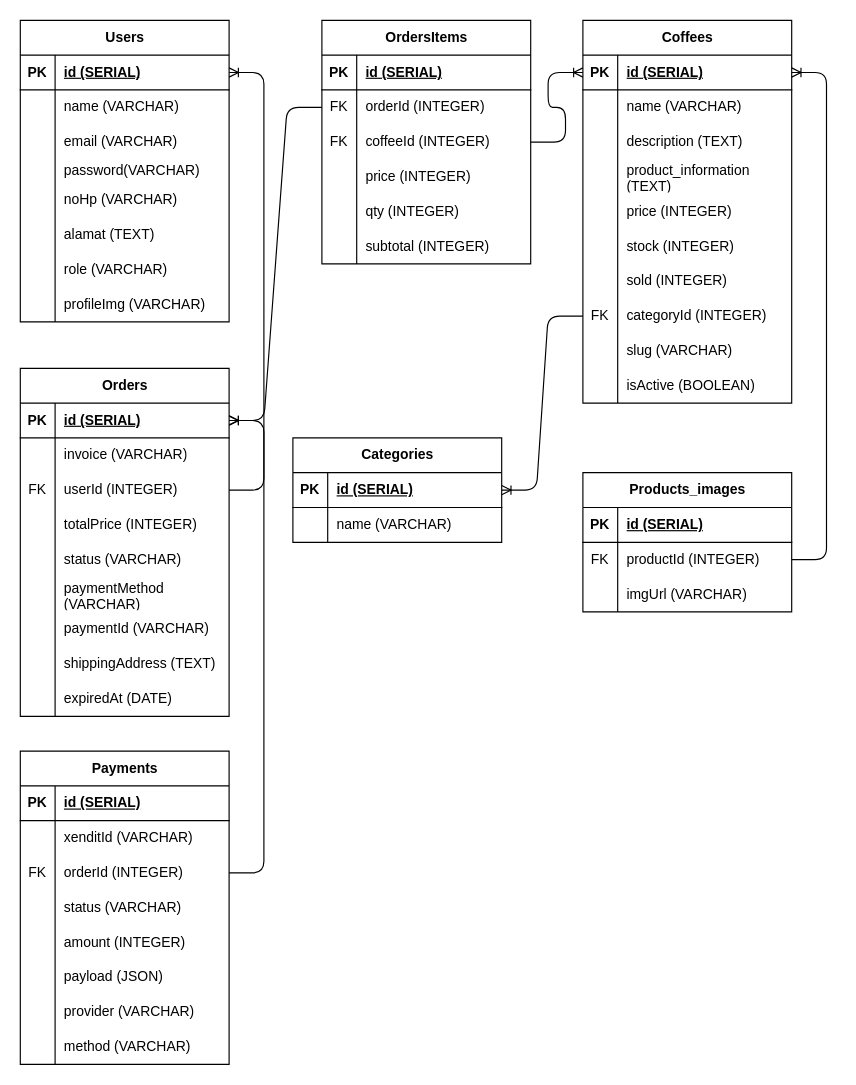
Resya-Hasan/coffee-shop-backend keeps this draw.io diagram as ERD.dio. Above is the earlier version. Source tidied: cells renumbered, new cells numbered last; positions are measured from the earlier drawing's top-left corner, leaving out a move shared by most shapes. Both pictures are drawn from the tidied source at 116%, with x=0, y=0 at pixel (20, 20).
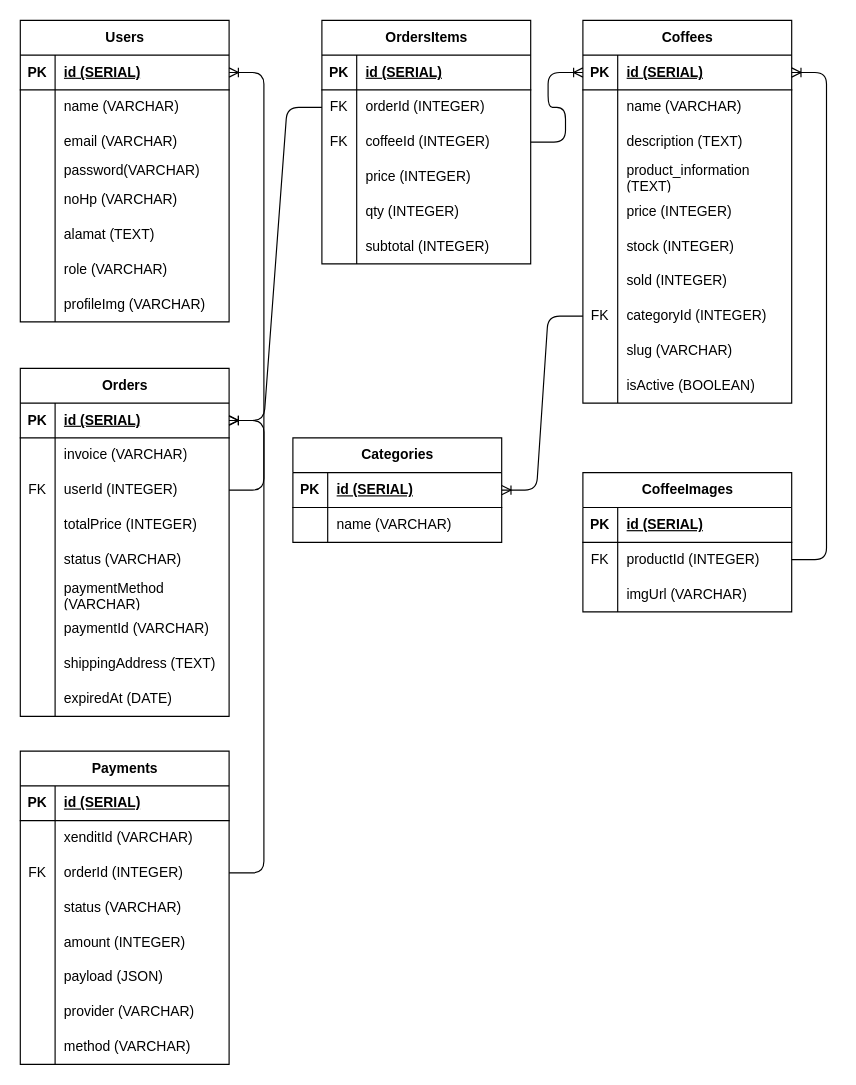
The same page after the edit.

The edit, as a diff of the source:
```diff
@@
-    <mxCell id="58" value="Products_images" style="shape=table;startSize=30;childLayout=tableLayout;rowLines=0;fontStyle=1;align=center;html=1;" parent="1" vertex="1">
+    <mxCell id="58" value="CoffeeImages" style="shape=table;startSize=30;childLayout=tableLayout;rowLines=0;fontStyle=1;align=center;html=1;" parent="1" vertex="1">
       <mxGeometry x="485" y="390" width="180" height="120" as="geometry" />
     </mxCell>
```
